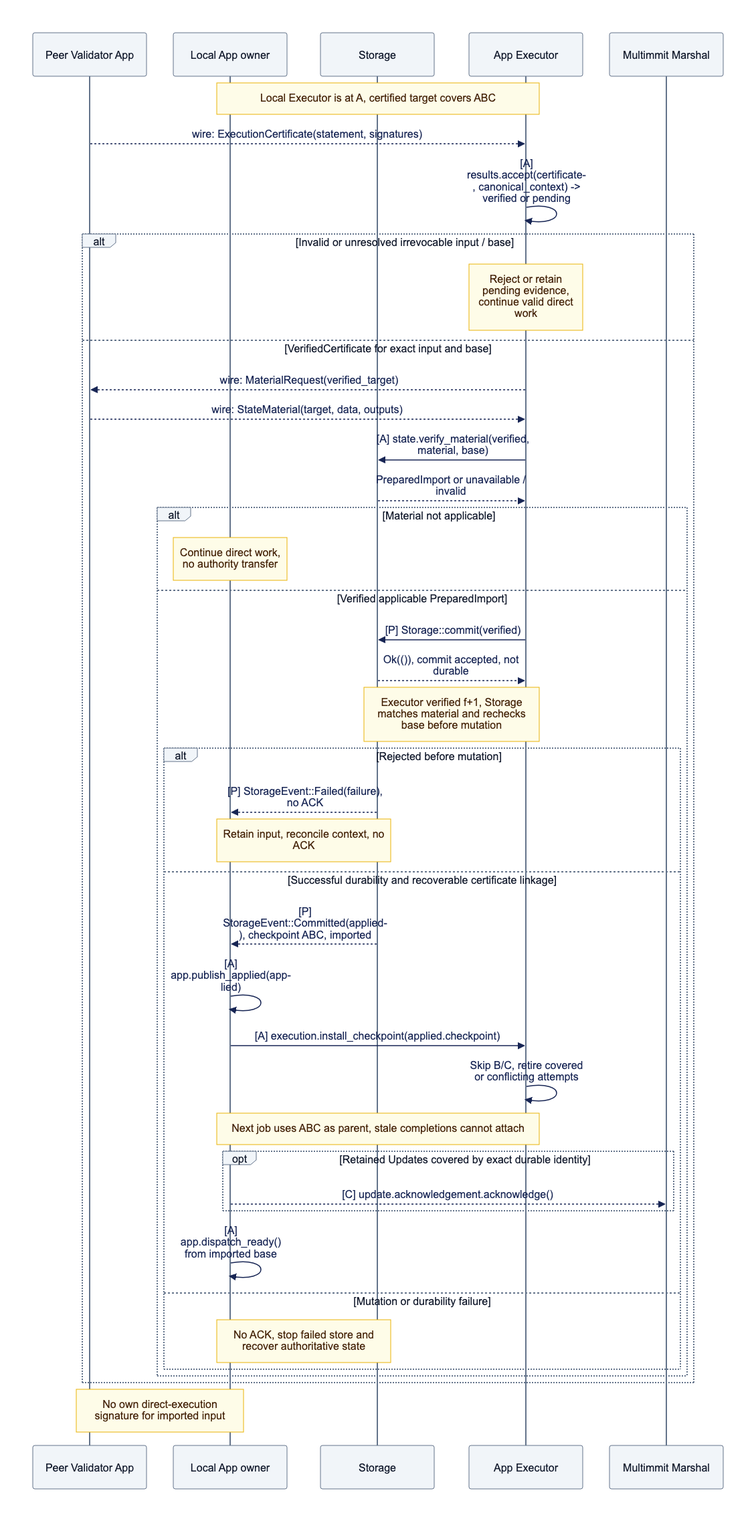
The Mermaid diagram docs/assets/diagrams/diagram-14.png in djm07073/baton, before a commit. Its source is kept beside it as docs/assets/diagrams/diagram-14.mmd.
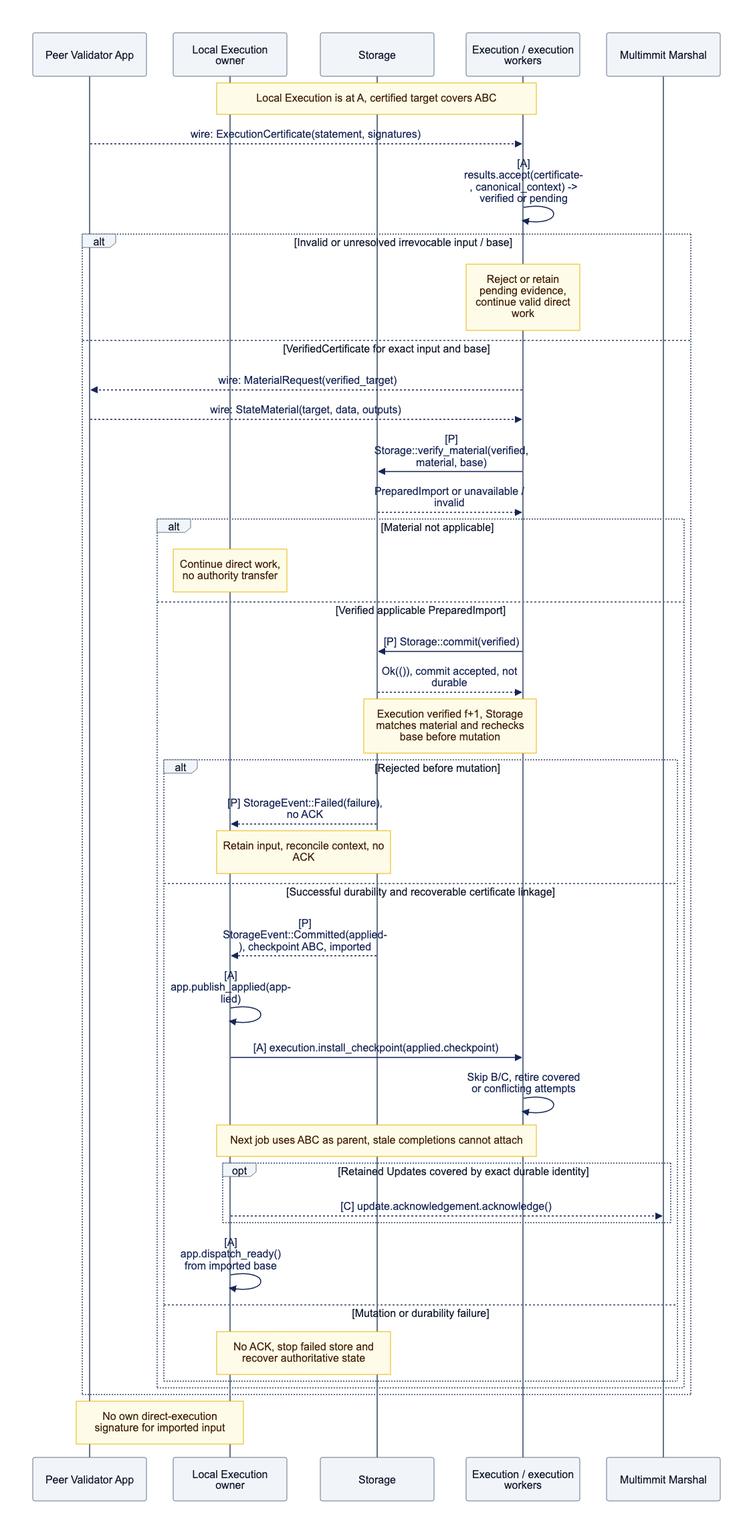
After the commit.

The edit, as a diff of the source:
```diff
@@ -1,10 +1,10 @@
 sequenceDiagram
     participant P as Peer Validator App
-    participant A as Local App owner
+    participant A as Local Execution owner
     participant S as Storage
-    participant E as App Executor
+    participant E as Execution / execution workers
     participant M as Multimmit Marshal
-    Note over A,E: Local Executor is at A, certified target covers ABC
+    Note over A,E: Local Execution is at A, certified target covers ABC
     P-->>E: wire: ExecutionCertificate(statement, signatures)
     E->>E: [A] results.accept(certificate, canonical_context) -> verified or pending
     alt Invalid or unresolved irrevocable input / base
@@ -12,14 +12,14 @@
     else VerifiedCertificate for exact input and base
         E-->>P: wire: MaterialRequest(verified_target)
         P-->>E: wire: StateMaterial(target, data, outputs)
-        E->>S: [A] state.verify_material(verified, material, base)
+        E->>S: [P] Storage::verify_material(verified, material, base)
         S-->>E: PreparedImport or unavailable / invalid
         alt Material not applicable
             Note over A: Continue direct work, no authority transfer
         else Verified applicable PreparedImport
             E->>S: [P] Storage::commit(verified)
             S-->>E: Ok(()), commit accepted, not durable
-            Note over E,S: Executor verified f+1, Storage matches material and rechecks base before mutation
+            Note over E,S: Execution verified f+1, Storage matches material and rechecks base before mutation
             alt Rejected before mutation
                 S-->>A: [P] StorageEvent::Failed(failure), no ACK
                 Note over A,S: Retain input, reconcile context, no ACK
```
